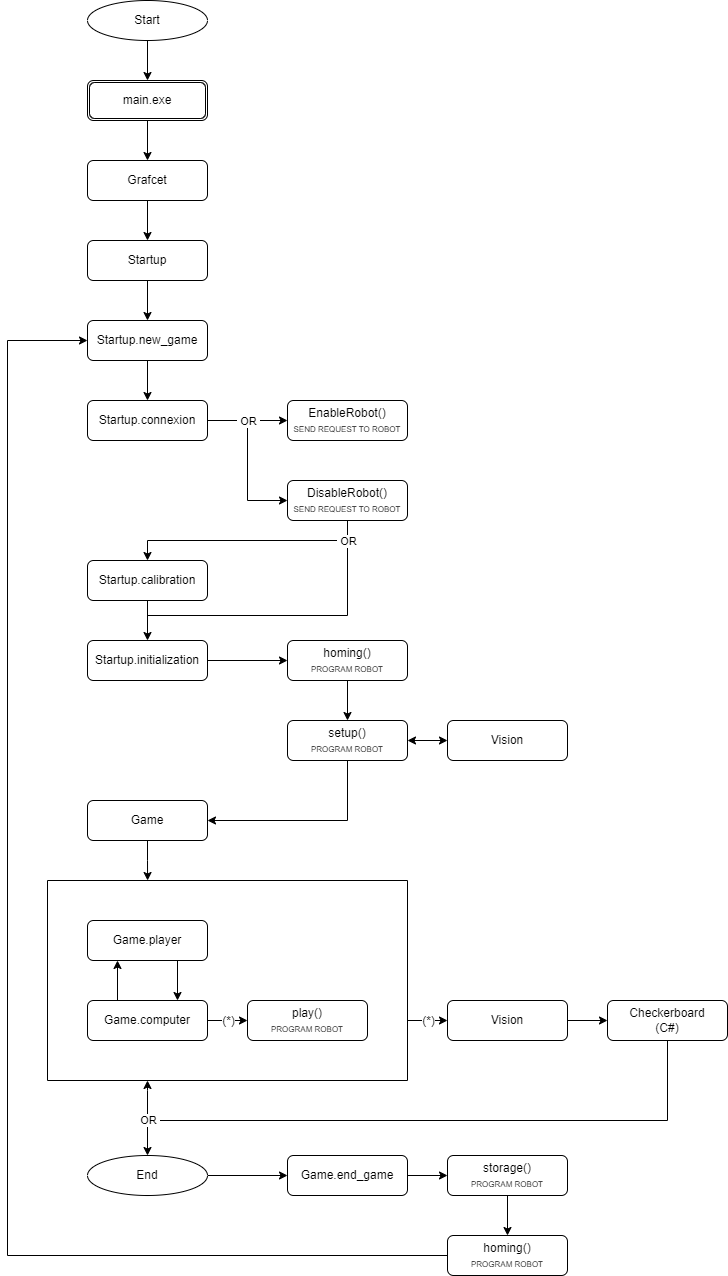
Before: flowchart_diagram_program_checkerboard.drawio.png, a diagram exported from draw.io (joriszuretti/python). Source tidied: cells renumbered, new cells last; positions are measured from the earlier drawing's top-left corner, leaving out a move shared by most shapes.
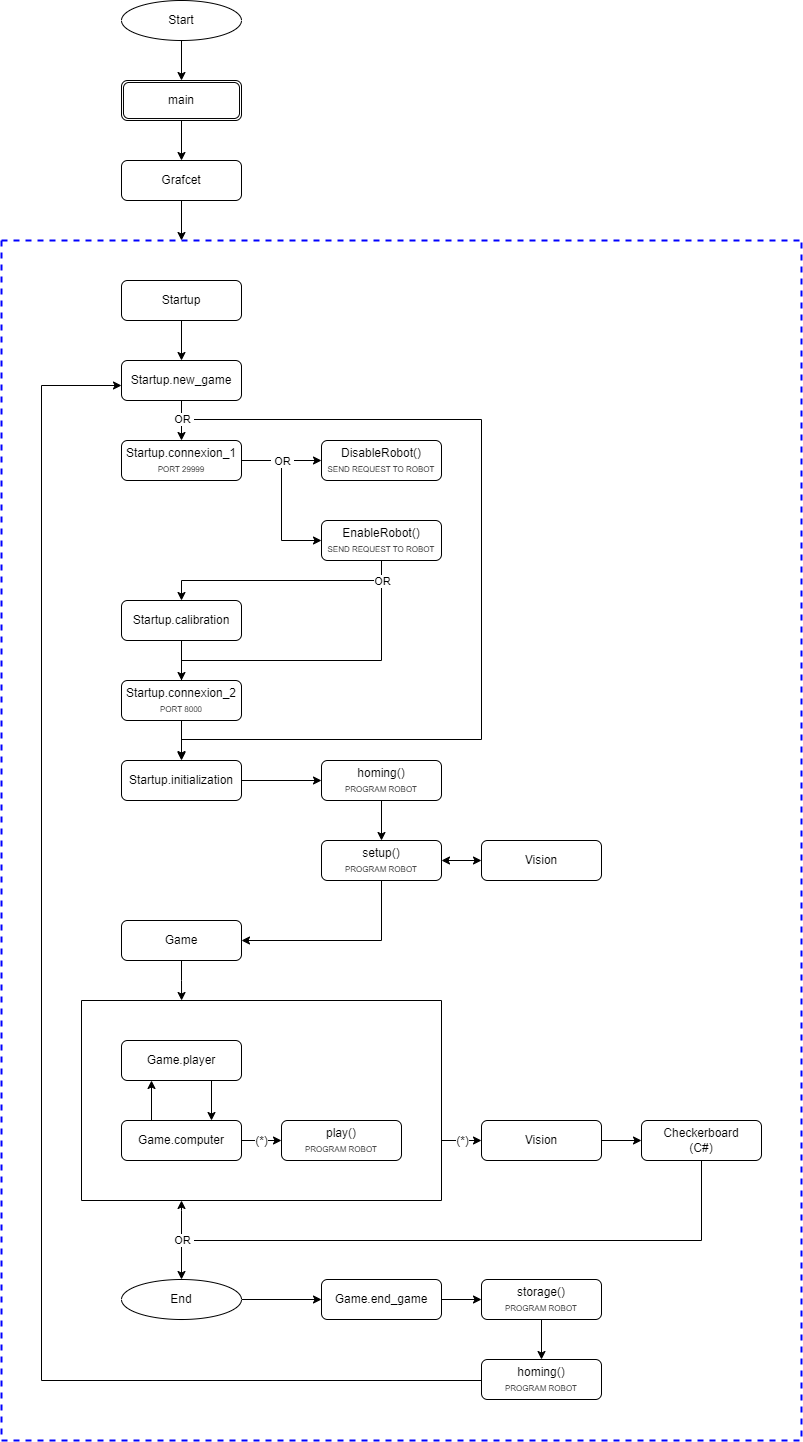
The same diagram one commit later.

Diff of the diagram source:
```diff
@@ -8,11 +8,6 @@
     <mxCell id="3" value="Startup" style="rounded=1;whiteSpace=wrap;html=1;fontSize=12;glass=0;strokeWidth=1;shadow=0;" parent="1" vertex="1">
       <mxGeometry x="80" y="240" width="120" height="40" as="geometry" />
     </mxCell>
-    <mxCell id="4" style="edgeStyle=orthogonalEdgeStyle;rounded=0;jettySize=auto;html=1;exitX=0.5;exitY=1;exitDx=0;exitDy=0;entryX=0.5;entryY=0;entryDx=0;entryDy=0;endArrow=classic;endFill=1;" parent="1" edge="1" target="3">
-      <mxGeometry relative="1" as="geometry">
-        <mxPoint x="140" y="200" as="sourcePoint" />
-      </mxGeometry>
-    </mxCell>
     <mxCell id="5" style="edgeStyle=orthogonalEdgeStyle;rounded=0;jettySize=auto;html=1;exitX=1;exitY=0.5;exitDx=0;exitDy=0;entryX=0;entryY=0.5;entryDx=0;entryDy=0;endArrow=classic;endFill=1;" parent="1" edge="1" source="50" target="45">
       <mxGeometry relative="1" as="geometry" />
     </mxCell>
@@ -22,6 +17,18 @@
     <mxCell id="7" value="&amp;nbsp;OR&amp;nbsp;" style="edgeLabel;html=1;align=center;verticalAlign=middle;" parent="6" vertex="1">
       <mxGeometry x="-0.5" relative="1" as="geometry" />
     </mxCell>
+    <mxCell id="58" style="edgeStyle=orthogonalEdgeStyle;rounded=0;orthogonalLoop=1;jettySize=auto;html=1;exitX=0.5;exitY=1;exitDx=0;exitDy=0;entryX=0.5;entryY=0;entryDx=0;entryDy=0;" parent="1" edge="1">
+      <mxGeometry relative="1" as="geometry">
+        <mxPoint x="140" y="359" as="sourcePoint" />
+        <mxPoint x="140" y="719" as="targetPoint" />
+        <Array as="points">
+          <mxPoint x="140" y="379" />
+          <mxPoint x="440" y="379" />
+          <mxPoint x="440" y="699" />
+          <mxPoint x="140" y="699" />
+        </Array>
+      </mxGeometry>
+    </mxCell>
     <mxCell id="8" value="Startup.new_game" style="rounded=1;whiteSpace=wrap;html=1;fontSize=12;glass=0;strokeWidth=1;shadow=0;" parent="1" vertex="1">
       <mxGeometry x="80" y="320" width="120" height="40" as="geometry" />
     </mxCell>
@@ -29,10 +36,10 @@
       <mxGeometry relative="1" as="geometry" />
     </mxCell>
     <mxCell id="10" value="Startup.initialization" style="rounded=1;whiteSpace=wrap;html=1;fontSize=12;glass=0;strokeWidth=1;shadow=0;" parent="1" vertex="1">
-      <mxGeometry x="80" y="640" width="120" height="40" as="geometry" />
+      <mxGeometry x="80" y="720" width="120" height="40" as="geometry" />
     </mxCell>
     <mxCell id="11" value="Vision" style="rounded=1;whiteSpace=wrap;html=1;fontSize=12;glass=0;strokeWidth=1;shadow=0;" parent="1" vertex="1">
-      <mxGeometry x="440" y="720" width="120" height="40" as="geometry" />
+      <mxGeometry x="440" y="800" width="120" height="40" as="geometry" />
     </mxCell>
     <mxCell id="12" style="edgeStyle=orthogonalEdgeStyle;rounded=0;jettySize=auto;html=1;exitX=0.5;exitY=1;exitDx=0;exitDy=0;endArrow=classic;endFill=1;" parent="1" edge="1" source="13" target="10">
       <mxGeometry relative="1" as="geometry" />
@@ -44,20 +51,20 @@
       <mxGeometry relative="1" as="geometry" />
     </mxCell>
     <mxCell id="15" value="Game" style="rounded=1;whiteSpace=wrap;html=1;fontSize=12;glass=0;strokeWidth=1;shadow=0;" parent="1" vertex="1">
-      <mxGeometry x="80" y="800" width="120" height="40" as="geometry" />
+      <mxGeometry x="80" y="880" width="120" height="40" as="geometry" />
     </mxCell>
     <mxCell id="16" style="edgeStyle=orthogonalEdgeStyle;rounded=0;jettySize=auto;html=1;exitX=0.75;exitY=1;exitDx=0;exitDy=0;endArrow=classic;endFill=1;entryX=0.75;entryY=0;entryDx=0;entryDy=0;" parent="1" edge="1" source="17" target="23">
       <mxGeometry relative="1" as="geometry" />
     </mxCell>
     <mxCell id="17" value="Game.player" style="rounded=1;whiteSpace=wrap;html=1;fontSize=12;glass=0;strokeWidth=1;shadow=0;" parent="1" vertex="1">
-      <mxGeometry x="80" y="920" width="120" height="40" as="geometry" />
+      <mxGeometry x="80" y="1000" width="120" height="40" as="geometry" />
     </mxCell>
     <mxCell id="18" style="edgeStyle=orthogonalEdgeStyle;rounded=0;orthogonalLoop=1;jettySize=auto;html=1;exitX=1;exitY=0.724;exitDx=0;exitDy=0;entryX=0;entryY=0.5;entryDx=0;entryDy=0;endArrow=classic;endFill=1;exitPerimeter=0;" parent="1" edge="1">
       <mxGeometry relative="1" as="geometry">
-        <mxPoint x="400" y="1024.8" as="sourcePoint" />
-        <mxPoint x="440" y="1020" as="targetPoint" />
+        <mxPoint x="400" y="1104.8" as="sourcePoint" />
+        <mxPoint x="440" y="1100" as="targetPoint" />
         <Array as="points">
-          <mxPoint x="400" y="1020" />
+          <mxPoint x="400" y="1100" />
         </Array>
       </mxGeometry>
     </mxCell>
@@ -78,91 +85,93 @@
       </mxGeometry>
     </mxCell>
     <mxCell id="23" value="Game.computer" style="rounded=1;whiteSpace=wrap;html=1;fontSize=12;glass=0;strokeWidth=1;shadow=0;" parent="1" vertex="1">
-      <mxGeometry x="80" y="1000" width="120" height="40" as="geometry" />
+      <mxGeometry x="80" y="1080" width="120" height="40" as="geometry" />
     </mxCell>
     <mxCell id="24" style="edgeStyle=orthogonalEdgeStyle;rounded=0;jettySize=auto;html=1;exitX=1;exitY=0.5;exitDx=0;exitDy=0;entryX=0;entryY=0.5;entryDx=0;entryDy=0;endArrow=classic;endFill=1;" parent="1" edge="1" source="25" target="27">
       <mxGeometry relative="1" as="geometry" />
     </mxCell>
     <mxCell id="25" value="Vision" style="rounded=1;whiteSpace=wrap;html=1;fontSize=12;glass=0;strokeWidth=1;shadow=0;" parent="1" vertex="1">
-      <mxGeometry x="440" y="1000" width="120" height="40" as="geometry" />
+      <mxGeometry x="440" y="1080" width="120" height="40" as="geometry" />
     </mxCell>
     <mxCell id="26" style="edgeStyle=orthogonalEdgeStyle;rounded=0;jettySize=auto;html=1;exitX=0.5;exitY=1;exitDx=0;exitDy=0;entryX=0.5;entryY=0;entryDx=0;entryDy=0;endArrow=classic;endFill=1;" parent="1" edge="1" source="27" target="38">
       <mxGeometry relative="1" as="geometry">
         <Array as="points">
-          <mxPoint x="660" y="1120" />
-          <mxPoint x="140" y="1120" />
+          <mxPoint x="660" y="1200" />
+          <mxPoint x="140" y="1200" />
         </Array>
       </mxGeometry>
     </mxCell>
     <mxCell id="27" value="Checkerboard&lt;br&gt;(C#)" style="rounded=1;whiteSpace=wrap;html=1;fontSize=12;glass=0;strokeWidth=1;shadow=0;" parent="1" vertex="1">
-      <mxGeometry x="600" y="1000" width="120" height="40" as="geometry" />
+      <mxGeometry x="600" y="1080" width="120" height="40" as="geometry" />
     </mxCell>
     <mxCell id="28" style="edgeStyle=orthogonalEdgeStyle;rounded=0;jettySize=auto;html=1;exitX=0.5;exitY=1;exitDx=0;exitDy=0;entryX=1;entryY=0.5;entryDx=0;entryDy=0;endArrow=classic;endFill=1;" parent="1" edge="1" source="29" target="15">
       <mxGeometry relative="1" as="geometry" />
     </mxCell>
     <mxCell id="29" value="setup()&lt;br&gt;&lt;span style=&quot;font-size: 8px&quot;&gt;PROGRAM ROBOT&lt;/span&gt;" style="rounded=1;whiteSpace=wrap;html=1;fontSize=12;glass=0;strokeWidth=1;shadow=0;" parent="1" vertex="1">
-      <mxGeometry x="280" y="720" width="120" height="40" as="geometry" />
+      <mxGeometry x="280" y="800" width="120" height="40" as="geometry" />
     </mxCell>
     <mxCell id="30" style="edgeStyle=orthogonalEdgeStyle;rounded=0;jettySize=auto;html=1;exitX=0.5;exitY=1;exitDx=0;exitDy=0;entryX=0.5;entryY=0;entryDx=0;entryDy=0;endArrow=classic;endFill=1;" parent="1" edge="1" source="31" target="29">
       <mxGeometry relative="1" as="geometry" />
     </mxCell>
     <mxCell id="31" value="homing()&lt;br&gt;&lt;span style=&quot;font-size: 8px&quot;&gt;PROGRAM ROBOT&lt;/span&gt;" style="rounded=1;whiteSpace=wrap;html=1;fontSize=12;glass=0;strokeWidth=1;shadow=0;" parent="1" vertex="1">
-      <mxGeometry x="280" y="640" width="120" height="40" as="geometry" />
+      <mxGeometry x="280" y="720" width="120" height="40" as="geometry" />
     </mxCell>
     <mxCell id="32" style="endArrow=classic;startArrow=classic;html=1;rounded=0;entryX=0;entryY=0.5;entryDx=0;entryDy=0;exitX=1;exitY=0.5;exitDx=0;exitDy=0;" parent="1" edge="1" source="29" target="11">
       <mxGeometry relative="1" as="geometry" />
     </mxCell>
     <mxCell id="33" style="edgeStyle=orthogonalEdgeStyle;rounded=0;jettySize=auto;html=1;fontSize=12;startArrow=classic;startFill=1;endArrow=none;endFill=0;" parent="1" edge="1" source="34">
       <mxGeometry relative="1" as="geometry">
-        <mxPoint x="140" y="1120" as="targetPoint" />
+        <mxPoint x="140" y="1200" as="targetPoint" />
         <Array as="points">
-          <mxPoint x="140" y="1090" />
-          <mxPoint x="140" y="1090" />
+          <mxPoint x="140" y="1170" />
+          <mxPoint x="140" y="1170" />
         </Array>
       </mxGeometry>
     </mxCell>
     <mxCell id="34" style="swimlane;startSize=0;" parent="1" vertex="1">
-      <mxGeometry x="40" y="880" width="360" height="200" as="geometry" />
+      <mxGeometry x="40" y="960" width="360" height="200" as="geometry" />
     </mxCell>
     <mxCell id="35" value="play()&lt;br&gt;&lt;span style=&quot;font-size: 8px&quot;&gt;PROGRAM ROBOT&lt;/span&gt;" style="rounded=1;whiteSpace=wrap;html=1;fontSize=12;glass=0;strokeWidth=1;shadow=0;" parent="34" vertex="1">
       <mxGeometry x="200" y="120" width="120" height="40" as="geometry" />
     </mxCell>
     <mxCell id="36" style="edgeStyle=orthogonalEdgeStyle;rounded=0;orthogonalLoop=1;jettySize=auto;html=1;exitX=0.5;exitY=1;exitDx=0;exitDy=0;endArrow=classic;endFill=1;" parent="1" edge="1">
       <mxGeometry relative="1" as="geometry">
-        <mxPoint x="140" y="1075" as="sourcePoint" />
-        <mxPoint x="140" y="1075" as="targetPoint" />
+        <mxPoint x="140" y="1155" as="sourcePoint" />
+        <mxPoint x="140" y="1155" as="targetPoint" />
       </mxGeometry>
     </mxCell>
     <mxCell id="37" style="edgeStyle=orthogonalEdgeStyle;rounded=0;jettySize=auto;html=1;exitX=1;exitY=0.5;exitDx=0;exitDy=0;entryX=0;entryY=0.5;entryDx=0;entryDy=0;endArrow=classic;endFill=1;" parent="1" edge="1" source="38" target="44">
       <mxGeometry relative="1" as="geometry" />
     </mxCell>
     <mxCell id="38" value="End" style="ellipse;whiteSpace=wrap;html=1;" parent="1" vertex="1">
-      <mxGeometry x="80" y="1155" width="120" height="40" as="geometry" />
+      <mxGeometry x="80" y="1239" width="120" height="40" as="geometry" />
     </mxCell>
     <mxCell id="39" style="edgeStyle=orthogonalEdgeStyle;rounded=0;jettySize=auto;html=1;exitX=0.5;exitY=1;exitDx=0;exitDy=0;entryX=0.5;entryY=0;entryDx=0;entryDy=0;endArrow=classic;endFill=1;" parent="1" edge="1" source="40" target="42">
       <mxGeometry relative="1" as="geometry" />
     </mxCell>
     <mxCell id="40" value="storage()&lt;br&gt;&lt;span style=&quot;font-size: 8px&quot;&gt;PROGRAM ROBOT&lt;/span&gt;" style="rounded=1;whiteSpace=wrap;html=1;fontSize=12;glass=0;strokeWidth=1;shadow=0;" parent="1" vertex="1">
-      <mxGeometry x="440" y="1155" width="120" height="40" as="geometry" />
+      <mxGeometry x="440" y="1239" width="120" height="40" as="geometry" />
     </mxCell>
-    <mxCell id="41" style="edgeStyle=orthogonalEdgeStyle;rounded=0;jettySize=auto;html=1;exitX=0;exitY=0.5;exitDx=0;exitDy=0;entryX=0;entryY=0.5;entryDx=0;entryDy=0;endArrow=classic;endFill=1;" parent="1" edge="1" source="42" target="8">
+    <mxCell id="41" style="edgeStyle=orthogonalEdgeStyle;rounded=0;orthogonalLoop=1;jettySize=auto;html=1;exitX=0;exitY=0.5;exitDx=0;exitDy=0;entryX=0;entryY=0.5;entryDx=0;entryDy=0;endArrow=classic;endFill=1;" parent="1" edge="1">
       <mxGeometry relative="1" as="geometry">
+        <mxPoint x="440" y="1344" as="sourcePoint" />
+        <mxPoint x="80" y="345" as="targetPoint" />
         <Array as="points">
-          <mxPoint y="1255" />
-          <mxPoint y="340" />
+          <mxPoint y="1340" />
+          <mxPoint y="345" />
         </Array>
       </mxGeometry>
     </mxCell>
     <mxCell id="42" value="homing()&lt;br&gt;&lt;span style=&quot;font-size: 8px&quot;&gt;PROGRAM ROBOT&lt;/span&gt;" style="rounded=1;whiteSpace=wrap;html=1;fontSize=12;glass=0;strokeWidth=1;shadow=0;" parent="1" vertex="1">
-      <mxGeometry x="440" y="1235" width="120" height="40" as="geometry" />
+      <mxGeometry x="440" y="1319" width="120" height="40" as="geometry" />
     </mxCell>
     <mxCell id="43" style="edgeStyle=orthogonalEdgeStyle;rounded=0;jettySize=auto;html=1;exitX=1;exitY=0.5;exitDx=0;exitDy=0;entryX=0;entryY=0.5;entryDx=0;entryDy=0;endArrow=classic;endFill=1;" parent="1" edge="1" source="44" target="40">
       <mxGeometry relative="1" as="geometry" />
     </mxCell>
     <mxCell id="44" value="Game.end_game" style="rounded=1;whiteSpace=wrap;html=1;fontSize=12;glass=0;strokeWidth=1;shadow=0;" parent="1" vertex="1">
-      <mxGeometry x="280" y="1155" width="120" height="40" as="geometry" />
+      <mxGeometry x="280" y="1239" width="120" height="40" as="geometry" />
     </mxCell>
-    <mxCell id="45" value="EnableRobot()&lt;br&gt;&lt;font style=&quot;font-size: 8px&quot;&gt;SEND REQUEST TO ROBOT&lt;/font&gt;" style="rounded=1;whiteSpace=wrap;html=1;fontSize=12;glass=0;strokeWidth=1;shadow=0;" parent="1" vertex="1">
+    <mxCell id="45" value="DisableRobot()&lt;br&gt;&lt;font style=&quot;font-size: 8px&quot;&gt;SEND REQUEST TO ROBOT&lt;/font&gt;" style="rounded=1;whiteSpace=wrap;html=1;fontSize=12;glass=0;strokeWidth=1;shadow=0;" parent="1" vertex="1">
       <mxGeometry x="280" y="400" width="120" height="40" as="geometry" />
     </mxCell>
     <mxCell id="46" style="edgeStyle=orthogonalEdgeStyle;rounded=0;jettySize=auto;html=1;exitX=0.5;exitY=1;exitDx=0;exitDy=0;entryX=0.5;entryY=0;entryDx=0;entryDy=0;endArrow=classic;endFill=1;" parent="1" edge="1" source="49" target="13">
@@ -173,24 +182,23 @@
         </Array>
       </mxGeometry>
     </mxCell>
-    <mxCell id="47" style="edgeStyle=orthogonalEdgeStyle;rounded=0;orthogonalLoop=1;jettySize=auto;html=1;exitX=0.5;exitY=1;exitDx=0;exitDy=0;endArrow=none;endFill=0;" parent="1" edge="1">
-      <mxGeometry relative="1" as="geometry">
-        <mxPoint x="340" y="515" as="sourcePoint" />
-        <mxPoint x="140" y="615" as="targetPoint" />
-        <Array as="points">
-          <mxPoint x="340" y="615" />
-        </Array>
-      </mxGeometry>
-    </mxCell>
-    <mxCell id="48" value="&amp;nbsp;OR&amp;nbsp;" style="edgeLabel;html=1;align=center;verticalAlign=middle;" parent="47" vertex="1">
-      <mxGeometry x="-0.85" relative="1" as="geometry">
-        <mxPoint y="2" as="offset" />
-      </mxGeometry>
-    </mxCell>
+    <mxCell id="59" style="edgeStyle=orthogonalEdgeStyle;rounded=0;jettySize=auto;html=1;exitX=0.5;exitY=1;exitDx=0;exitDy=0;" parent="1" edge="1" source="49" target="62">
+      <mxGeometry relative="1" as="geometry">
+        <Array as="points">
+          <mxPoint x="340" y="620" />
+          <mxPoint x="140" y="620" />
+        </Array>
+      </mxGeometry>
+    </mxCell>
+    <mxCell id="60" value="OR" style="edgeLabel;html=1;align=center;verticalAlign=middle;" parent="59" vertex="1">
+      <mxGeometry x="-0.79" y="1" relative="1" as="geometry">
+        <mxPoint x="-1" y="-13" as="offset" />
+      </mxGeometry>
+    </mxCell>
-    <mxCell id="49" value="DisableRobot()&lt;br&gt;&lt;span style=&quot;font-size: 8px&quot;&gt;SEND REQUEST TO ROBOT&lt;/span&gt;" style="rounded=1;whiteSpace=wrap;html=1;fontSize=12;glass=0;strokeWidth=1;shadow=0;" parent="1" vertex="1">
+    <mxCell id="49" value="EnableRobot()&lt;br&gt;&lt;span style=&quot;font-size: 8px&quot;&gt;SEND REQUEST TO ROBOT&lt;/span&gt;" style="rounded=1;whiteSpace=wrap;html=1;fontSize=12;glass=0;strokeWidth=1;shadow=0;" parent="1" vertex="1">
       <mxGeometry x="280" y="480" width="120" height="40" as="geometry" />
     </mxCell>
-    <mxCell id="50" value="Startup.connexion" style="rounded=1;whiteSpace=wrap;html=1;fontSize=12;glass=0;strokeWidth=1;shadow=0;" parent="1" vertex="1">
+    <mxCell id="50" value="Startup.connexion_1&lt;br&gt;&lt;span style=&quot;font-size: 8px&quot;&gt;PORT 29999&lt;/span&gt;" style="rounded=1;whiteSpace=wrap;html=1;fontSize=12;glass=0;strokeWidth=1;shadow=0;" parent="1" vertex="1">
       <mxGeometry x="80" y="400" width="120" height="40" as="geometry" />
     </mxCell>
     <mxCell id="51" style="edgeStyle=orthogonalEdgeStyle;rounded=0;jettySize=auto;html=1;exitX=0.5;exitY=1;exitDx=0;exitDy=0;entryX=0.5;entryY=0;entryDx=0;entryDy=0;endArrow=classic;endFill=1;" parent="1" edge="1" source="8" target="50">
@@ -198,23 +206,37 @@
     </mxCell>
     <mxCell id="52" style="edgeStyle=orthogonalEdgeStyle;rounded=0;jettySize=auto;html=1;exitX=0.5;exitY=1;exitDx=0;exitDy=0;entryX=0.5;entryY=0;entryDx=0;entryDy=0;endArrow=classic;endFill=1;" parent="1" edge="1" source="53">
       <mxGeometry relative="1" as="geometry">
-        <mxPoint x="140" y="80" as="targetPoint" />
+        <mxPoint x="140" y="40" as="targetPoint" />
       </mxGeometry>
     </mxCell>
     <mxCell id="53" value="Start" style="ellipse;whiteSpace=wrap;html=1;" parent="1" vertex="1">
-      <mxGeometry x="80" width="120" height="40" as="geometry" />
+      <mxGeometry x="80" y="-40" width="120" height="40" as="geometry" />
     </mxCell>
     <mxCell id="54" style="edgeStyle=orthogonalEdgeStyle;rounded=0;jettySize=auto;html=1;exitX=0.5;exitY=1;exitDx=0;exitDy=0;entryX=0.5;entryY=0;entryDx=0;entryDy=0;fontSize=8;" parent="1" edge="1" source="55" target="56">
       <mxGeometry relative="1" as="geometry" />
     </mxCell>
-    <mxCell id="55" value="main.exe" style="shape=ext;double=1;rounded=1;whiteSpace=wrap;html=1;" parent="1" vertex="1">
-      <mxGeometry x="80" y="80" width="120" height="40" as="geometry" />
+    <mxCell id="55" value="main" style="shape=ext;double=1;rounded=1;whiteSpace=wrap;html=1;" parent="1" vertex="1">
+      <mxGeometry x="80" y="40" width="120" height="40" as="geometry" />
     </mxCell>
+    <mxCell id="61" style="edgeStyle=orthogonalEdgeStyle;rounded=0;jettySize=auto;html=1;exitX=0.5;exitY=1;exitDx=0;exitDy=0;entryX=0.225;entryY=0;entryDx=0;entryDy=0;entryPerimeter=0;" parent="1" edge="1" source="56" target="63">
+      <mxGeometry relative="1" as="geometry" />
+    </mxCell>
     <mxCell id="56" value="Grafcet" style="rounded=1;whiteSpace=wrap;html=1;fontSize=12;glass=0;strokeWidth=1;shadow=0;" parent="1" vertex="1">
-      <mxGeometry x="80" y="160" width="120" height="40" as="geometry" />
+      <mxGeometry x="80" y="120" width="120" height="40" as="geometry" />
     </mxCell>
     <mxCell id="57" value="&amp;nbsp;OR&amp;nbsp;" style="edgeLabel;html=1;align=center;verticalAlign=middle;" parent="1" vertex="1">
-      <mxGeometry x="140" y="1119" as="geometry" />
+      <mxGeometry x="140" y="1199" as="geometry" />
     </mxCell>
+    <mxCell id="48" value="&amp;nbsp;OR&amp;nbsp;" style="edgeLabel;html=1;align=center;verticalAlign=middle;" parent="1" vertex="1">
+      <mxGeometry x="255" y="434.6" as="geometry">
+        <mxPoint x="-115" y="-56" as="offset" />
+      </mxGeometry>
+    </mxCell>
+    <mxCell id="62" value="Startup.connexion_2&lt;br&gt;&lt;span style=&quot;font-size: 8px&quot;&gt;PORT 8000&lt;/span&gt;" style="rounded=1;whiteSpace=wrap;html=1;fontSize=12;glass=0;strokeWidth=1;shadow=0;" parent="1" vertex="1">
+      <mxGeometry x="80" y="640" width="120" height="40" as="geometry" />
+    </mxCell>
+    <mxCell id="63" style="swimlane;startSize=0;labelBorderColor=#FF0000;strokeColor=#0000FF;strokeWidth=2;dashed=1;" parent="1" vertex="1">
+      <mxGeometry x="-40" y="200" width="800" height="1200" as="geometry" />
+    </mxCell>
   </root>
 </mxGraphModel>
```
